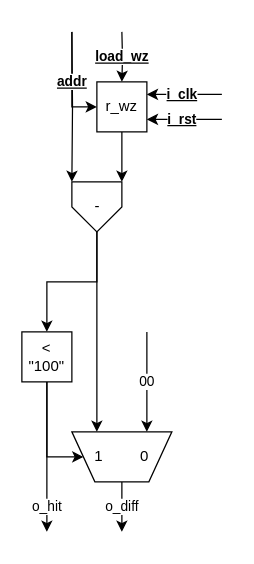
Above: page "wz_enc" (4 of 5) of schema.drawio in imDema/progetto_reti_logiche (draw.io), before the change. Source tidied: cells renumbered, new cells numbered last; positions are measured from the earlier drawing's top-left corner, leaving out a move shared by most shapes. Both pictures are drawn from the tidied source at 125%, with x=0, y=0 at pixel (21, 31).
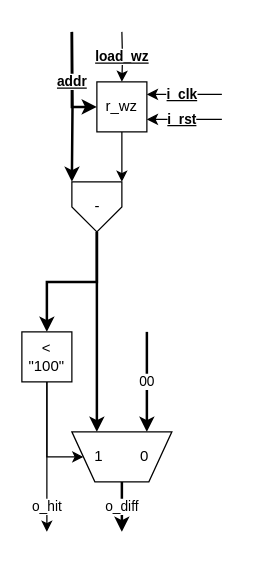
Above is the later version.

Unchanged cells that the change refers to:
```xml
<mxCell id="4" value="-" style="verticalLabelPosition=middle;verticalAlign=middle;html=1;shape=offPageConnector;rounded=0;size=0.5;shadow=0;comic=0;gradientColor=none;labelPosition=center;align=center;" parent="1" vertex="1">
  <mxGeometry x="40" y="120" width="40" height="40" as="geometry" />
</mxCell>
<mxCell id="7" value="&lt;div&gt;&amp;lt; &quot;100&quot;&lt;/div&gt;" style="whiteSpace=wrap;html=1;" parent="1" vertex="1">
  <mxGeometry y="240" width="40" height="40" as="geometry" />
</mxCell>
<mxCell id="10" value="1&amp;nbsp; &amp;nbsp; &amp;nbsp; &amp;nbsp; &amp;nbsp;0" style="verticalLabelPosition=middle;verticalAlign=middle;html=1;shape=trapezoid;perimeter=trapezoidPerimeter;whiteSpace=wrap;size=0.23;arcSize=10;flipV=1;labelPosition=center;align=center;" parent="1" vertex="1">
  <mxGeometry x="40" y="320" width="80" height="40" as="geometry" />
</mxCell>
<mxCell id="14" value="&lt;div&gt;r_wz&lt;/div&gt;" style="rounded=0;whiteSpace=wrap;html=1;" parent="1" vertex="1">
  <mxGeometry x="60" y="40" width="40" height="40" as="geometry" />
</mxCell>
```

Diff of the diagram source:
```diff
@@
-    <mxCell id="2" style="edgeStyle=orthogonalEdgeStyle;rounded=0;jettySize=auto;html=1;entryX=0.25;entryY=0;entryDx=0;entryDy=0;" parent="1" edge="1" source="4" target="10">
+    <mxCell id="2" style="edgeStyle=orthogonalEdgeStyle;rounded=0;jettySize=auto;html=1;entryX=0.25;entryY=0;entryDx=0;entryDy=0;strokeWidth=2;" parent="1" edge="1" source="4" target="10">
       <mxGeometry relative="1" as="geometry" />
     </mxCell>
-    <mxCell id="3" style="edgeStyle=elbowEdgeStyle;rounded=0;jettySize=auto;html=1;entryX=0.5;entryY=0;entryDx=0;entryDy=0;" parent="1" edge="1" source="4" target="7">
+    <mxCell id="3" style="edgeStyle=elbowEdgeStyle;rounded=0;jettySize=auto;html=1;entryX=0.5;entryY=0;entryDx=0;entryDy=0;strokeWidth=2;" parent="1" edge="1" source="4" target="7">
       <mxGeometry relative="1" as="geometry" />
     </mxCell>
@@
-    <mxCell id="8" value="00" style="rounded=0;jettySize=auto;html=1;exitX=0.75;exitY=0;exitDx=0;exitDy=0;startArrow=classic;startFill=1;endArrow=none;endFill=0;" parent="1" edge="1" source="10">
+    <mxCell id="8" value="00" style="rounded=0;jettySize=auto;html=1;exitX=0.75;exitY=0;exitDx=0;exitDy=0;startArrow=classic;startFill=1;endArrow=none;endFill=0;strokeWidth=2;" parent="1" edge="1" source="10">
       <mxGeometry relative="1" as="geometry">
         <mxPoint x="100" y="240" as="targetPoint" />
       </mxGeometry>
     </mxCell>
-    <mxCell id="9" value="o_diff" style="edgeStyle=none;rounded=0;jettySize=auto;html=1;startArrow=none;startFill=0;endArrow=classic;endFill=1;" parent="1" edge="1" source="10">
+    <mxCell id="9" value="o_diff" style="edgeStyle=none;rounded=0;jettySize=auto;html=1;startArrow=none;startFill=0;endArrow=classic;endFill=1;strokeWidth=2;" parent="1" edge="1" source="10">
       <mxGeometry relative="1" as="geometry">
         <mxPoint x="80" y="400" as="targetPoint" />
       </mxGeometry>
     </mxCell>
@@
-    <mxCell id="11" style="edgeStyle=orthogonalEdgeStyle;rounded=0;jettySize=auto;html=1;entryX=0;entryY=0;entryDx=0;entryDy=0;" parent="1" edge="1" target="4">
+    <mxCell id="11" style="edgeStyle=orthogonalEdgeStyle;rounded=0;jettySize=auto;html=1;entryX=0;entryY=0;entryDx=0;entryDy=0;strokeWidth=2;" parent="1" edge="1" target="4">
       <mxGeometry relative="1" as="geometry">
         <mxPoint x="40" as="sourcePoint" />
       </mxGeometry>
     </mxCell>
@@
-    <mxCell id="16" value="addr" style="endArrow=classic;html=1;entryX=0;entryY=0.5;entryDx=0;entryDy=0;edgeStyle=elbowEdgeStyle;elbow=vertical;rounded=0;fontStyle=5;" parent="1" edge="1" target="14">
+    <mxCell id="16" value="addr" style="endArrow=classic;html=1;entryX=0;entryY=0.5;entryDx=0;entryDy=0;edgeStyle=elbowEdgeStyle;elbow=vertical;rounded=0;fontStyle=5;strokeWidth=2;" parent="1" edge="1" target="14">
       <mxGeometry relative="1" as="geometry">
         <mxPoint x="40" as="sourcePoint" />
         <Array as="points">
           <mxPoint x="50" y="60" />
         </Array>
       </mxGeometry>
     </mxCell>
```
